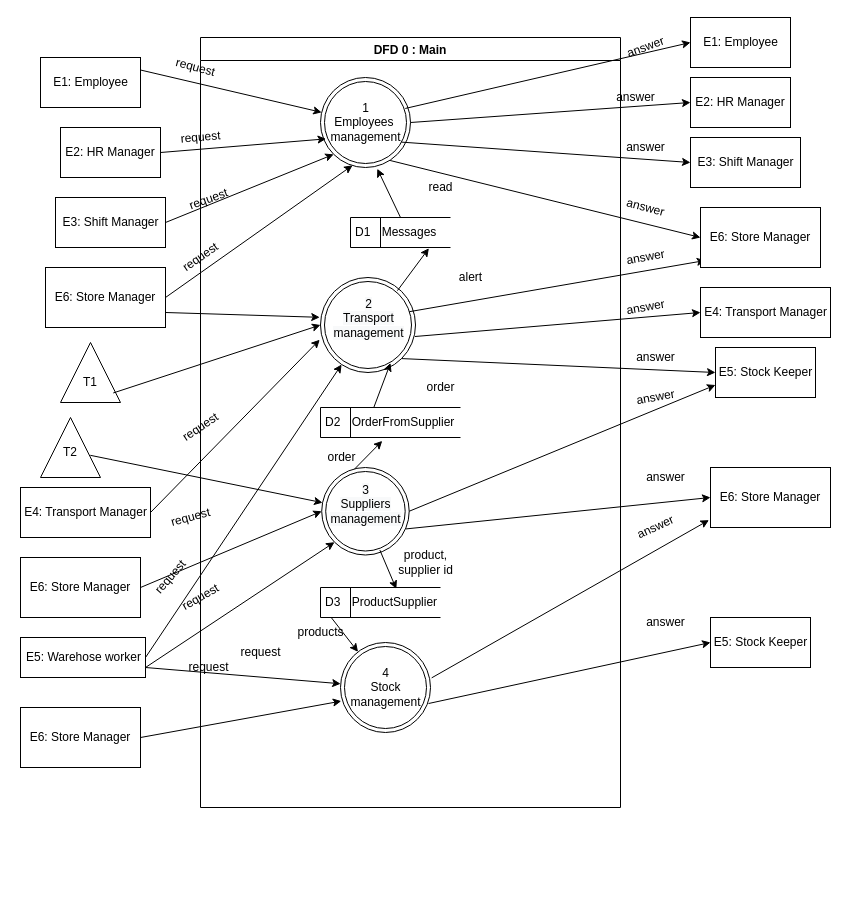
Before: docs/DFD/DFD0.drawio in Naveavra/Market, a draw.io diagram. Source tidied: cells renumbered, new cells numbered last; positions are measured from the earlier drawing's top-left corner, leaving out a move shared by most shapes. Both pictures are drawn from the tidied source at 100%, with x=0, y=0 at pixel (20, 17).
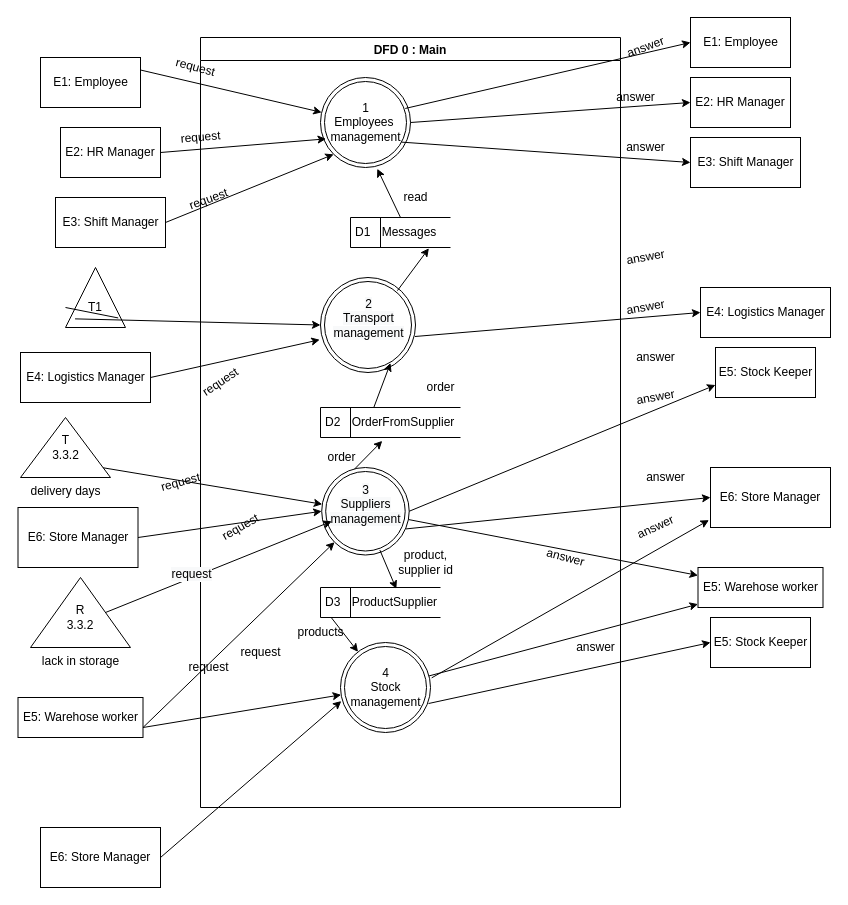
The same page after the edit.

Unchanged cells that the change refers to:
```xml
<mxCell id="2" value="DFD 0 : Main" style="swimlane;" parent="1" vertex="1">
  <mxGeometry x="180" y="20" width="420" height="770" as="geometry" />
</mxCell>
<mxCell id="3" value="1&lt;br&gt;Employees&amp;nbsp;&lt;br&gt;management" style="ellipse;shape=doubleEllipse;html=1;dashed=0;whitespace=wrap;gradientColor=none;" parent="2" vertex="1">
  <mxGeometry x="120" y="40" width="90" height="90" as="geometry" />
</mxCell>
<mxCell id="4" value="&#10;&lt;span style=&quot;color: rgb(0, 0, 0); font-family: Helvetica; font-size: 12px; font-style: normal; font-variant-ligatures: normal; font-variant-caps: normal; font-weight: 400; letter-spacing: normal; orphans: 2; text-align: center; text-indent: 0px; text-transform: none; widows: 2; word-spacing: 0px; -webkit-text-stroke-width: 0px; background-color: rgb(248, 249, 250); text-decoration-thickness: initial; text-decoration-style: initial; text-decoration-color: initial; float: none; display: inline !important;&quot;&gt;2&lt;/span&gt;&lt;br style=&quot;color: rgb(0, 0, 0); font-family: Helvetica; font-size: 12px; font-style: normal; font-variant-ligatures: normal; font-variant-caps: normal; font-weight: 400; letter-spacing: normal; orphans: 2; text-align: center; text-indent: 0px; text-transform: none; widows: 2; word-spacing: 0px; -webkit-text-stroke-width: 0px; background-color: rgb(248, 249, 250); text-decoration-thickness: initial; text-decoration-style: initial; text-decoration-color: initial;&quot;&gt;&lt;span style=&quot;color: rgb(0, 0, 0); font-family: Helvetica; font-size: 12px; font-style: normal; font-variant-ligatures: normal; font-variant-caps: normal; font-weight: 400; letter-spacing: normal; orphans: 2; text-align: center; text-indent: 0px; text-transform: none; widows: 2; word-spacing: 0px; -webkit-text-stroke-width: 0px; background-color: rgb(248, 249, 250); text-decoration-thickness: initial; text-decoration-style: initial; text-decoration-color: initial; float: none; display: inline !important;&quot;&gt;Transport&lt;/span&gt;&lt;br style=&quot;color: rgb(0, 0, 0); font-family: Helvetica; font-size: 12px; font-style: normal; font-variant-ligatures: normal; font-variant-caps: normal; font-weight: 400; letter-spacing: normal; orphans: 2; text-align: center; text-indent: 0px; text-transform: none; widows: 2; word-spacing: 0px; -webkit-text-stroke-width: 0px; background-color: rgb(248, 249, 250); text-decoration-thickness: initial; text-decoration-style: initial; text-decoration-color: initial;&quot;&gt;&lt;span style=&quot;color: rgb(0, 0, 0); font-family: Helvetica; font-size: 12px; font-style: normal; font-variant-ligatures: normal; font-variant-caps: normal; font-weight: 400; letter-spacing: normal; orphans: 2; text-align: center; text-indent: 0px; text-transform: none; widows: 2; word-spacing: 0px; -webkit-text-stroke-width: 0px; background-color: rgb(248, 249, 250); text-decoration-thickness: initial; text-decoration-style: initial; text-decoration-color: initial; float: none; display: inline !important;&quot;&gt;management&lt;/span&gt;&#10;&#10;" style="ellipse;shape=doubleEllipse;html=1;dashed=0;whitespace=wrap;gradientColor=none;" parent="2" vertex="1">
  <mxGeometry x="120" y="240" width="95" height="95" as="geometry" />
</mxCell>
<mxCell id="5" value="&#10;&lt;span style=&quot;color: rgb(0, 0, 0); font-family: Helvetica; font-size: 12px; font-style: normal; font-variant-ligatures: normal; font-variant-caps: normal; font-weight: 400; letter-spacing: normal; orphans: 2; text-align: center; text-indent: 0px; text-transform: none; widows: 2; word-spacing: 0px; -webkit-text-stroke-width: 0px; background-color: rgb(248, 249, 250); text-decoration-thickness: initial; text-decoration-style: initial; text-decoration-color: initial; float: none; display: inline !important;&quot;&gt;3&lt;/span&gt;&lt;br style=&quot;color: rgb(0, 0, 0); font-family: Helvetica; font-size: 12px; font-style: normal; font-variant-ligatures: normal; font-variant-caps: normal; font-weight: 400; letter-spacing: normal; orphans: 2; text-align: center; text-indent: 0px; text-transform: none; widows: 2; word-spacing: 0px; -webkit-text-stroke-width: 0px; background-color: rgb(248, 249, 250); text-decoration-thickness: initial; text-decoration-style: initial; text-decoration-color: initial;&quot;&gt;&lt;span style=&quot;color: rgb(0, 0, 0); font-family: Helvetica; font-size: 12px; font-style: normal; font-variant-ligatures: normal; font-variant-caps: normal; font-weight: 400; letter-spacing: normal; orphans: 2; text-align: center; text-indent: 0px; text-transform: none; widows: 2; word-spacing: 0px; -webkit-text-stroke-width: 0px; background-color: rgb(248, 249, 250); text-decoration-thickness: initial; text-decoration-style: initial; text-decoration-color: initial; float: none; display: inline !important;&quot;&gt;Suppliers&lt;/span&gt;&lt;br style=&quot;color: rgb(0, 0, 0); font-family: Helvetica; font-size: 12px; font-style: normal; font-variant-ligatures: normal; font-variant-caps: normal; font-weight: 400; letter-spacing: normal; orphans: 2; text-align: center; text-indent: 0px; text-transform: none; widows: 2; word-spacing: 0px; -webkit-text-stroke-width: 0px; background-color: rgb(248, 249, 250); text-decoration-thickness: initial; text-decoration-style: initial; text-decoration-color: initial;&quot;&gt;&lt;span style=&quot;color: rgb(0, 0, 0); font-family: Helvetica; font-size: 12px; font-style: normal; font-variant-ligatures: normal; font-variant-caps: normal; font-weight: 400; letter-spacing: normal; orphans: 2; text-align: center; text-indent: 0px; text-transform: none; widows: 2; word-spacing: 0px; -webkit-text-stroke-width: 0px; background-color: rgb(248, 249, 250); text-decoration-thickness: initial; text-decoration-style: initial; text-decoration-color: initial; float: none; display: inline !important;&quot;&gt;management&lt;/span&gt;&#10;&#10;" style="ellipse;shape=doubleEllipse;html=1;dashed=0;whitespace=wrap;gradientColor=none;" parent="2" vertex="1">
  <mxGeometry x="121.2" y="430" width="87.5" height="87.5" as="geometry" />
</mxCell>
<mxCell id="6" value="4&lt;br&gt;Stock&lt;br&gt;management" style="ellipse;shape=doubleEllipse;html=1;dashed=0;whitespace=wrap;gradientColor=none;" parent="2" vertex="1">
  <mxGeometry x="140" y="605" width="90" height="90" as="geometry" />
</mxCell>
<mxCell id="58" value="E5: Stock Keeper" style="html=1;dashed=0;whitespace=wrap;gradientColor=none;" parent="1" vertex="1">
  <mxGeometry x="695" y="330" width="100" height="50" as="geometry" />
</mxCell>
```

What changed in the source:
```diff
@@
+    <mxCell id="82" value="read" style="text;html=1;align=center;verticalAlign=middle;strokeColor=none;fillColor=none;" parent="2" vertex="1">
+      <mxGeometry x="195" y="150" width="40" height="20" as="geometry" />
+    </mxCell>
+    <mxCell id="73" value="answer" style="text;html=1;align=center;verticalAlign=middle;strokeColor=none;fillColor=none;rotation=15;" parent="2" vertex="1">
+      <mxGeometry x="340" y="510" width="50" height="20" as="geometry" />
+    </mxCell>
+    <mxCell id="80" value="answer" style="text;html=1;align=center;verticalAlign=middle;strokeColor=none;fillColor=none;rotation=0;" parent="2" vertex="1">
+      <mxGeometry x="370" y="600" width="50" height="20" as="geometry" />
+    </mxCell>
+    <mxCell id="67" value="request" style="text;html=1;align=center;verticalAlign=middle;strokeColor=none;fillColor=none;rotation=-30;" parent="2" vertex="1">
+      <mxGeometry x="10" y="480" width="60" height="20" as="geometry" />
+    </mxCell>
+    <mxCell id="65" value="request" style="text;html=1;align=center;verticalAlign=middle;strokeColor=none;fillColor=none;rotation=-34;" parent="2" vertex="1">
+      <mxGeometry x="-10" y="335" width="60" height="20" as="geometry" />
+    </mxCell>
@@
-    <mxCell id="22" style="endArrow=classic;html=1;rounded=0;exitX=1;exitY=0.5;exitDx=0;exitDy=0;" parent="1" edge="1" source="25" target="4">
-      <mxGeometry relative="1" as="geometry" />
-    </mxCell>
@@
     <mxCell id="25" value="E5: Warehose worker" style="html=1;dashed=0;whitespace=wrap;gradientColor=none;" parent="1" vertex="1">
-      <mxGeometry y="620" width="125" height="40" as="geometry" />
+      <mxGeometry x="-2.5" y="680" width="125" height="40" as="geometry" />
     </mxCell>
@@
-    <mxCell id="30" value="E4: Transport Manager" style="html=1;dashed=0;whitespace=wrap;gradientColor=none;" parent="1" vertex="1">
-      <mxGeometry y="470" width="130" height="50" as="geometry" />
+    <mxCell id="30" value="E4: Logistics Manager" style="html=1;dashed=0;whitespace=wrap;gradientColor=none;" parent="1" vertex="1">
+      <mxGeometry y="335" width="130" height="50" as="geometry" />
     </mxCell>
@@
-    <mxCell id="32" value="E6: Store Manager" style="rounded=0;whiteSpace=wrap;html=1;" parent="1" vertex="1">
-      <mxGeometry x="25" y="250" width="120" height="60" as="geometry" />
-    </mxCell>
-    <mxCell id="33" style="endArrow=classic;html=1;rounded=0;exitX=1;exitY=0.5;exitDx=0;exitDy=0;entryX=0.356;entryY=0.976;entryDx=0;entryDy=0;entryPerimeter=0;" parent="1" edge="1" source="32" target="3">
-      <mxGeometry relative="1" as="geometry" />
-    </mxCell>
-    <mxCell id="34" style="endArrow=classic;html=1;rounded=0;exitX=1;exitY=0.75;exitDx=0;exitDy=0;entryX=-0.008;entryY=0.419;entryDx=0;entryDy=0;entryPerimeter=0;" parent="1" edge="1" source="32" target="4">
-      <mxGeometry relative="1" as="geometry" />
-    </mxCell>
     <mxCell id="35" value="E6: Store Manager" style="rounded=0;whiteSpace=wrap;html=1;" parent="1" vertex="1">
-      <mxGeometry y="540" width="120" height="60" as="geometry" />
+      <mxGeometry x="-2.5" y="490" width="120" height="60" as="geometry" />
     </mxCell>
@@
     <mxCell id="37" value="E6: Store Manager" style="rounded=0;whiteSpace=wrap;html=1;" parent="1" vertex="1">
-      <mxGeometry y="690" width="120" height="60" as="geometry" />
+      <mxGeometry x="20" y="810" width="120" height="60" as="geometry" />
     </mxCell>
@@
-    <mxCell id="40" style="endArrow=classic;html=1;rounded=0;exitX=0.935;exitY=0.36;exitDx=0;exitDy=0;exitPerimeter=0;entryX=0.04;entryY=0.883;entryDx=0;entryDy=0;entryPerimeter=0;" parent="1" edge="1" source="4" target="56">
-      <mxGeometry relative="1" as="geometry" />
-    </mxCell>
-    <mxCell id="41" style="endArrow=classic;html=1;rounded=0;exitX=0.773;exitY=0.922;exitDx=0;exitDy=0;exitPerimeter=0;entryX=0;entryY=0.5;entryDx=0;entryDy=0;" parent="1" edge="1" source="3" target="56">
-      <mxGeometry relative="1" as="geometry" />
-    </mxCell>
@@
-    <mxCell id="45" style="endArrow=classic;html=1;rounded=0;exitX=1;exitY=1;exitDx=0;exitDy=0;entryX=0;entryY=0.5;entryDx=0;entryDy=0;" parent="1" edge="1" source="4" target="58">
-      <mxGeometry relative="1" as="geometry" />
-    </mxCell>
@@
-    <mxCell id="50" style="triangle;whiteSpace=wrap;html=1;dashed=0;direction=south;rotation=-180;" parent="1" vertex="1">
-      <mxGeometry x="20" y="400" width="60" height="60" as="geometry" />
-    </mxCell>
-    <mxCell id="51" value="T2" style="text;html=1;strokeColor=none;fillColor=none;align=center;verticalAlign=middle;whiteSpace=wrap;rounded=0;" parent="1" vertex="1">
-      <mxGeometry x="20" y="420" width="60" height="30" as="geometry" />
-    </mxCell>
-    <mxCell id="52" style="endArrow=classic;html=1;rounded=0;exitX=0.37;exitY=0.83;exitDx=0;exitDy=0;exitPerimeter=0;" parent="1" edge="1" source="50" target="5">
+    <mxCell id="52" style="endArrow=classic;html=1;rounded=0;exitX=0.818;exitY=0.813;exitDx=0;exitDy=0;exitPerimeter=0;" parent="1" edge="1" source="90" target="5">
       <mxGeometry relative="1" as="geometry" />
     </mxCell>
@@
-    <mxCell id="56" value="E6: Store Manager" style="rounded=0;whiteSpace=wrap;html=1;" parent="1" vertex="1">
-      <mxGeometry x="680" y="190" width="120" height="60" as="geometry" />
-    </mxCell>
-    <mxCell id="57" value="E4: Transport Manager" style="html=1;dashed=0;whitespace=wrap;gradientColor=none;" parent="1" vertex="1">
+    <mxCell id="57" value="E4: Logistics Manager" style="html=1;dashed=0;whitespace=wrap;gradientColor=none;" parent="1" vertex="1">
       <mxGeometry x="680" y="270" width="130" height="50" as="geometry" />
     </mxCell>
@@
-    <mxCell id="64" value="request" style="text;html=1;align=center;verticalAlign=middle;strokeColor=none;fillColor=none;rotation=-35;" parent="1" vertex="1">
-      <mxGeometry x="150" y="230" width="60" height="20" as="geometry" />
-    </mxCell>
-    <mxCell id="65" value="request" style="text;html=1;align=center;verticalAlign=middle;strokeColor=none;fillColor=none;rotation=-34;" parent="1" vertex="1">
-      <mxGeometry x="150" y="400" width="60" height="20" as="geometry" />
-    </mxCell>
     <mxCell id="66" value="request" style="text;html=1;align=center;verticalAlign=middle;strokeColor=none;fillColor=none;rotation=-15;" parent="1" vertex="1">
-      <mxGeometry x="140" y="490" width="60" height="20" as="geometry" />
+      <mxGeometry x="130" y="455" width="60" height="20" as="geometry" />
     </mxCell>
-    <mxCell id="67" value="request" style="text;html=1;align=center;verticalAlign=middle;strokeColor=none;fillColor=none;rotation=-49;" parent="1" vertex="1">
-      <mxGeometry x="120" y="550" width="60" height="20" as="geometry" />
-    </mxCell>
-    <mxCell id="68" value="request" style="text;html=1;align=center;verticalAlign=middle;strokeColor=none;fillColor=none;rotation=-30;" parent="1" vertex="1">
-      <mxGeometry x="150" y="570" width="60" height="20" as="geometry" />
-    </mxCell>
@@
-    <mxCell id="73" value="answer" style="text;html=1;align=center;verticalAlign=middle;strokeColor=none;fillColor=none;rotation=15;" parent="1" vertex="1">
-      <mxGeometry x="600" y="180" width="50" height="20" as="geometry" />
-    </mxCell>
@@
-    <mxCell id="80" value="answer" style="text;html=1;align=center;verticalAlign=middle;strokeColor=none;fillColor=none;rotation=0;" parent="1" vertex="1">
-      <mxGeometry x="620" y="595" width="50" height="20" as="geometry" />
-    </mxCell>
-    <mxCell id="81" value="alert" style="text;html=1;align=center;verticalAlign=middle;strokeColor=none;fillColor=none;" parent="1" vertex="1">
-      <mxGeometry x="430" y="250" width="40" height="20" as="geometry" />
-    </mxCell>
-    <mxCell id="82" value="read" style="text;html=1;align=center;verticalAlign=middle;strokeColor=none;fillColor=none;" parent="1" vertex="1">
-      <mxGeometry x="400" y="160" width="40" height="20" as="geometry" />
-    </mxCell>
@@
     <mxCell id="84" style="triangle;whiteSpace=wrap;html=1;dashed=0;direction=south;rotation=-180;" parent="1" vertex="1">
-      <mxGeometry x="40" y="325" width="60" height="60" as="geometry" />
+      <mxGeometry x="45" y="250" width="60" height="60" as="geometry" />
     </mxCell>
+    <mxCell id="86" style="endArrow=classic;html=1;rounded=0;exitX=0.159;exitY=0.879;exitDx=0;exitDy=0;exitPerimeter=0;entryX=0;entryY=0.5;entryDx=0;entryDy=0;startArrow=none;" parent="1" edge="1" source="85" target="4">
+      <mxGeometry relative="1" as="geometry" />
+    </mxCell>
+    <mxCell id="87" value="E5: Warehose worker" style="html=1;dashed=0;whitespace=wrap;gradientColor=none;" parent="1" vertex="1">
+      <mxGeometry x="677.5" y="550" width="125" height="40" as="geometry" />
+    </mxCell>
+    <mxCell id="88" style="endArrow=classic;html=1;rounded=0;" parent="1" edge="1" source="5" target="87">
+      <mxGeometry relative="1" as="geometry" />
+    </mxCell>
+    <mxCell id="89" style="endArrow=classic;html=1;rounded=0;" parent="1" edge="1" source="6" target="87">
+      <mxGeometry relative="1" as="geometry" />
+    </mxCell>
+    <mxCell id="90" value="delivery days" style="verticalLabelPosition=bottom;verticalAlign=top;html=1;shape=mxgraph.basic.acute_triangle;dx=0.5;" parent="1" vertex="1">
+      <mxGeometry y="400" width="90" height="60" as="geometry" />
+    </mxCell>
+    <mxCell id="91" value="T&lt;br&gt;3.3.2" style="text;html=1;strokeColor=none;fillColor=none;align=center;verticalAlign=middle;whiteSpace=wrap;rounded=0;" parent="1" vertex="1">
+      <mxGeometry x="28.5" y="420" width="33" height="20" as="geometry" />
+    </mxCell>
+    <mxCell id="92" value="&lt;span style=&quot;&quot;&gt;lack in storage&lt;/span&gt;" style="verticalLabelPosition=bottom;verticalAlign=top;html=1;shape=mxgraph.basic.acute_triangle;dx=0.5;" parent="1" vertex="1">
+      <mxGeometry x="10" y="560" width="100" height="70" as="geometry" />
+    </mxCell>
+    <mxCell id="93" value="R&lt;br&gt;3.3.2" style="text;html=1;strokeColor=none;fillColor=none;align=center;verticalAlign=middle;whiteSpace=wrap;rounded=0;" parent="1" vertex="1">
+      <mxGeometry x="41" y="590" width="38" height="20" as="geometry" />
+    </mxCell>
+    <mxCell id="94" style="endArrow=classic;html=1;rounded=0;exitX=0;exitY=0;exitDx=75;exitDy=35;entryX=0;entryY=0.5;entryDx=0;entryDy=0;exitPerimeter=0;" parent="1" edge="1" source="92">
+      <mxGeometry relative="1" as="geometry">
+        <mxPoint x="311.3" y="503.8" as="targetPoint" />
+      </mxGeometry>
+    </mxCell>
+    <mxCell id="95" value="&lt;span style=&quot;font-size: 12px; background-color: rgb(248, 249, 250);&quot;&gt;request&lt;/span&gt;" style="edgeLabel;html=1;align=center;verticalAlign=middle;" parent="94" vertex="1">
+      <mxGeometry x="-0.23" y="4" relative="1" as="geometry" />
+    </mxCell>
     <mxCell id="85" value="T1" style="text;html=1;strokeColor=none;fillColor=none;align=center;verticalAlign=middle;whiteSpace=wrap;rounded=0;" parent="1" vertex="1">
-      <mxGeometry x="40" y="350" width="60" height="30" as="geometry" />
+      <mxGeometry x="45" y="275" width="60" height="30" as="geometry" />
     </mxCell>
-    <mxCell id="86" style="endArrow=classic;html=1;rounded=0;exitX=0.159;exitY=0.879;exitDx=0;exitDy=0;exitPerimeter=0;entryX=0;entryY=0.5;entryDx=0;entryDy=0;" parent="1" edge="1" source="84" target="4">
-      <mxGeometry relative="1" as="geometry" />
-    </mxCell>
+    <mxCell id="96" style="endArrow=none;html=1;rounded=0;exitX=0.159;exitY=0.879;exitDx=0;exitDy=0;exitPerimeter=0;entryX=0;entryY=0.5;entryDx=0;entryDy=0;" parent="1" edge="1" source="84" target="85">
+      <mxGeometry relative="1" as="geometry" />
+    </mxCell>
```
